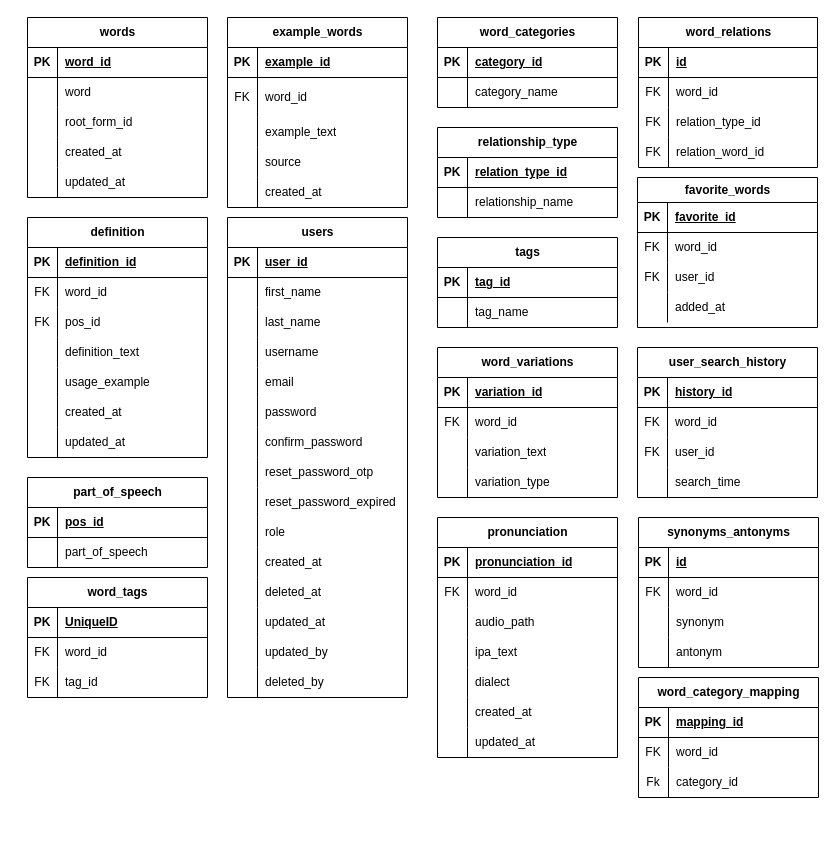
Above: DA-BE/DictionaryApp.drawio in Keiter0309/Dictiohub-Dictionary (draw.io), before the change. Source tidied: cells renumbered, new cells numbered last; positions are measured from the earlier drawing's top-left corner, leaving out a move shared by most shapes. Both pictures are drawn from the tidied source at 100%, with x=0, y=0 at pixel (27, 17).
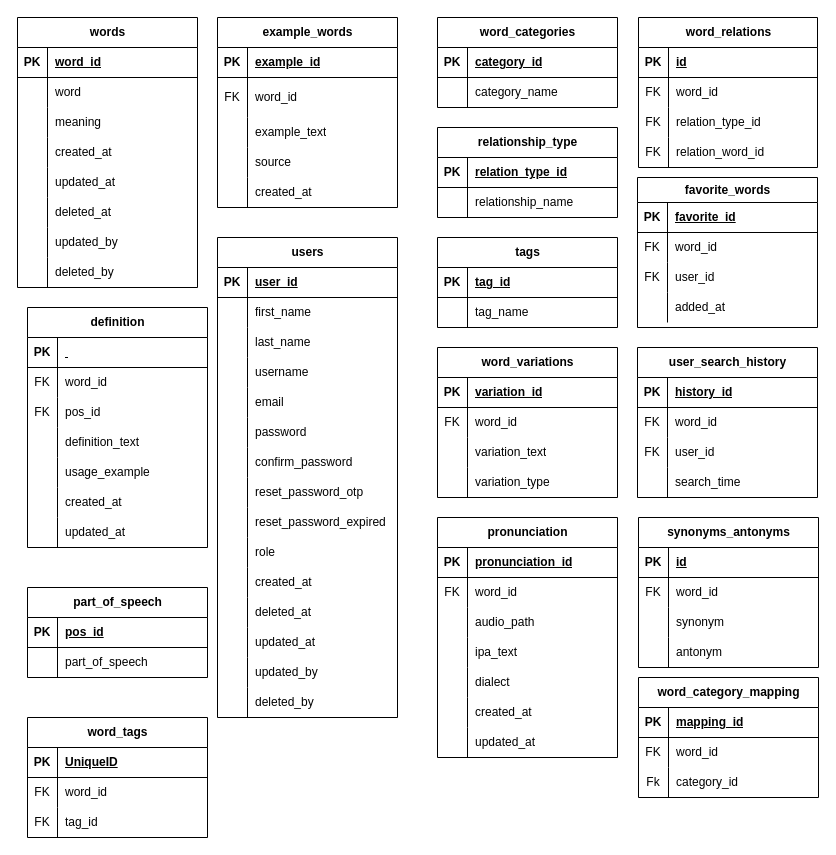
The same diagram, later.

The change refers to these unchanged cells:
```xml
<mxCell id="162" style="shape=tableRow;horizontal=0;startSize=0;swimlaneHead=0;swimlaneBody=0;fillColor=none;top=0;left=0;right=0;bottom=1;" parent="161" vertex="1">
  <mxGeometry y="30" width="180" height="30" as="geometry" />
</mxCell>
```

What changed in the source:
```diff
@@
     <mxCell id="2" value="words" style="shape=table;startSize=30;childLayout=tableLayout;rowLines=0;fontStyle=1;align=center;html=1;labelBackgroundColor=default;" parent="1" vertex="1">
-      <mxGeometry width="180" height="180" as="geometry" />
+      <mxGeometry x="-10" width="180" height="270" as="geometry" />
     </mxCell>
@@
+    <mxCell id="237" style="shape=tableRow;horizontal=0;startSize=0;swimlaneHead=0;swimlaneBody=0;fillColor=none;top=0;left=0;right=0;bottom=0;" parent="2" vertex="1">
+      <mxGeometry y="60" width="180" height="30" as="geometry" />
+    </mxCell>
+    <mxCell id="238" style="shape=partialRectangle;fillColor=none;top=0;left=0;bottom=0;right=0;overflow=hidden;whiteSpace=wrap;html=1;" parent="237" vertex="1">
+      <mxGeometry width="30" height="30" as="geometry" />
+    </mxCell>
+    <mxCell id="239" value="word" style="shape=partialRectangle;fillColor=none;top=0;left=0;bottom=0;right=0;align=left;spacingLeft=6;overflow=hidden;whiteSpace=wrap;html=1;" parent="237" vertex="1">
+      <mxGeometry x="30" width="150" height="30" as="geometry" />
+    </mxCell>
     <mxCell id="6" style="shape=tableRow;horizontal=0;startSize=0;swimlaneHead=0;swimlaneBody=0;fillColor=none;top=0;left=0;right=0;bottom=0;" parent="2" vertex="1">
-      <mxGeometry y="60" width="180" height="30" as="geometry" />
+      <mxGeometry y="90" width="180" height="30" as="geometry" />
     </mxCell>
@@
-    <mxCell id="8" value="word" style="shape=partialRectangle;fillColor=none;top=0;left=0;bottom=0;right=0;align=left;spacingLeft=6;overflow=hidden;whiteSpace=wrap;html=1;" parent="6" vertex="1">
+    <mxCell id="8" value="meaning" style="shape=partialRectangle;fillColor=none;top=0;left=0;bottom=0;right=0;align=left;spacingLeft=6;overflow=hidden;whiteSpace=wrap;html=1;" parent="6" vertex="1">
       <mxGeometry x="30" width="150" height="30" as="geometry" />
     </mxCell>
-    <mxCell id="9" style="shape=tableRow;horizontal=0;startSize=0;swimlaneHead=0;swimlaneBody=0;fillColor=none;top=0;left=0;right=0;bottom=0;" parent="2" vertex="1">
-      <mxGeometry y="90" width="180" height="30" as="geometry" />
-    </mxCell>
-    <mxCell id="10" style="shape=partialRectangle;fillColor=none;top=0;left=0;bottom=0;right=0;overflow=hidden;whiteSpace=wrap;html=1;" parent="9" vertex="1">
-      <mxGeometry width="30" height="30" as="geometry" />
-    </mxCell>
-    <mxCell id="11" value="&lt;div&gt;root_form_id&lt;/div&gt;" style="shape=partialRectangle;fillColor=none;top=0;left=0;bottom=0;right=0;align=left;spacingLeft=6;overflow=hidden;whiteSpace=wrap;html=1;" parent="9" vertex="1">
-      <mxGeometry x="30" width="150" height="30" as="geometry" />
-    </mxCell>
@@
+    <mxCell id="240" style="shape=tableRow;horizontal=0;startSize=0;swimlaneHead=0;swimlaneBody=0;fillColor=none;top=0;left=0;right=0;bottom=0;" parent="2" vertex="1">
+      <mxGeometry y="150" width="180" height="30" as="geometry" />
+    </mxCell>
+    <mxCell id="241" style="shape=partialRectangle;fillColor=none;top=0;left=0;bottom=0;right=0;overflow=hidden;whiteSpace=wrap;html=1;" parent="240" vertex="1">
+      <mxGeometry width="30" height="30" as="geometry" />
+    </mxCell>
+    <mxCell id="242" value="updated_at" style="shape=partialRectangle;fillColor=none;top=0;left=0;bottom=0;right=0;align=left;spacingLeft=6;overflow=hidden;whiteSpace=wrap;html=1;" parent="240" vertex="1">
+      <mxGeometry x="30" width="150" height="30" as="geometry" />
+    </mxCell>
+    <mxCell id="243" style="shape=tableRow;horizontal=0;startSize=0;swimlaneHead=0;swimlaneBody=0;fillColor=none;top=0;left=0;right=0;bottom=0;" parent="2" vertex="1">
+      <mxGeometry y="180" width="180" height="30" as="geometry" />
+    </mxCell>
+    <mxCell id="244" style="shape=partialRectangle;fillColor=none;top=0;left=0;bottom=0;right=0;overflow=hidden;whiteSpace=wrap;html=1;" parent="243" vertex="1">
+      <mxGeometry width="30" height="30" as="geometry" />
+    </mxCell>
+    <mxCell id="245" value="deleted_at" style="shape=partialRectangle;fillColor=none;top=0;left=0;bottom=0;right=0;align=left;spacingLeft=6;overflow=hidden;whiteSpace=wrap;html=1;" parent="243" vertex="1">
+      <mxGeometry x="30" width="150" height="30" as="geometry" />
+    </mxCell>
+    <mxCell id="246" style="shape=tableRow;horizontal=0;startSize=0;swimlaneHead=0;swimlaneBody=0;fillColor=none;top=0;left=0;right=0;bottom=0;" parent="2" vertex="1">
+      <mxGeometry y="210" width="180" height="30" as="geometry" />
+    </mxCell>
+    <mxCell id="247" style="shape=partialRectangle;fillColor=none;top=0;left=0;bottom=0;right=0;overflow=hidden;whiteSpace=wrap;html=1;" parent="246" vertex="1">
+      <mxGeometry width="30" height="30" as="geometry" />
+    </mxCell>
+    <mxCell id="248" value="updated_by" style="shape=partialRectangle;fillColor=none;top=0;left=0;bottom=0;right=0;align=left;spacingLeft=6;overflow=hidden;whiteSpace=wrap;html=1;" parent="246" vertex="1">
+      <mxGeometry x="30" width="150" height="30" as="geometry" />
+    </mxCell>
     <mxCell id="15" style="shape=tableRow;horizontal=0;startSize=0;swimlaneHead=0;swimlaneBody=0;fillColor=none;top=0;left=0;right=0;bottom=0;" parent="2" vertex="1">
-      <mxGeometry y="150" width="180" height="30" as="geometry" />
+      <mxGeometry y="240" width="180" height="30" as="geometry" />
     </mxCell>
@@
-    <mxCell id="17" value="updated_at" style="shape=partialRectangle;fillColor=none;top=0;left=0;bottom=0;right=0;align=left;spacingLeft=6;overflow=hidden;whiteSpace=wrap;html=1;" parent="15" vertex="1">
+    <mxCell id="17" value="deleted_by" style="shape=partialRectangle;fillColor=none;top=0;left=0;bottom=0;right=0;align=left;spacingLeft=6;overflow=hidden;whiteSpace=wrap;html=1;" parent="15" vertex="1">
       <mxGeometry x="30" width="150" height="30" as="geometry" />
     </mxCell>
@@
     <mxCell id="57" value="users" style="shape=table;startSize=30;childLayout=tableLayout;rowLines=0;fontStyle=1;align=center;html=1;" parent="1" vertex="1">
-      <mxGeometry x="200" y="200" width="180" height="480" as="geometry" />
+      <mxGeometry x="190" y="220" width="180" height="480" as="geometry" />
     </mxCell>
@@
     <mxCell id="125" value="example_words" style="shape=table;startSize=30;childLayout=tableLayout;rowLines=0;fontStyle=1;align=center;html=1;" parent="1" vertex="1">
-      <mxGeometry x="200" width="180" height="190" as="geometry" />
+      <mxGeometry x="190" width="180" height="190" as="geometry" />
     </mxCell>
@@
     <mxCell id="141" value="part_of_speech" style="shape=table;startSize=30;childLayout=tableLayout;rowLines=0;fontStyle=1;align=center;html=1;" parent="1" vertex="1">
-      <mxGeometry y="460" width="180" height="90" as="geometry" />
+      <mxGeometry y="570" width="180" height="90" as="geometry" />
     </mxCell>
@@
     <mxCell id="161" value="definition" style="shape=table;startSize=30;childLayout=tableLayout;rowLines=0;fontStyle=1;align=center;html=1;" parent="1" vertex="1">
-      <mxGeometry y="200" width="180" height="240" as="geometry" />
+      <mxGeometry y="290" width="180" height="240" as="geometry" />
     </mxCell>
@@
-    <mxCell id="164" value="definition_id" style="shape=partialRectangle;fillColor=none;top=0;left=0;bottom=0;right=0;align=left;spacingLeft=6;fontStyle=5;overflow=hidden;whiteSpace=wrap;html=1;" parent="162" vertex="1">
+    <mxCell id="164" value="&amp;nbsp;" style="shape=partialRectangle;fillColor=none;top=0;left=0;bottom=0;right=0;align=left;spacingLeft=6;fontStyle=5;overflow=hidden;whiteSpace=wrap;html=1;" parent="162" vertex="1">
       <mxGeometry x="30" width="150" height="30" as="geometry" />
     </mxCell>
@@
     <mxCell id="214" value="word_tags" style="shape=table;startSize=30;childLayout=tableLayout;rowLines=0;fontStyle=1;align=center;html=1;" parent="1" vertex="1">
-      <mxGeometry y="560" width="180" height="120" as="geometry" />
+      <mxGeometry y="700" width="180" height="120" as="geometry" />
     </mxCell>
```
